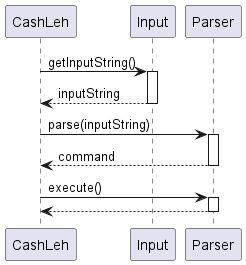
The PlantUML diagram docs/images/main_example.png in nus-cs2113-AY2324S1/tp, before a commit.
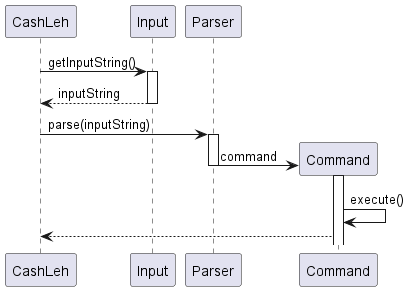
After the change.

Commit message:
Update user guide and UML diagram

What changed in the source:
```diff
@@ -7,12 +7,14 @@
 
 CashLeh -> Parser: parse(inputString)
 activate Parser
-Parser --> CashLeh: command
+
+create Command
+Parser -> Command: command
+activate Command
 deactivate Parser
+Command -> Command: execute()
 
-CashLeh -> Parser: execute()
-activate Parser
-Parser --> CashLeh:
+Command --> CashLeh:
 deactivate Parser
 
 @enduml
```
